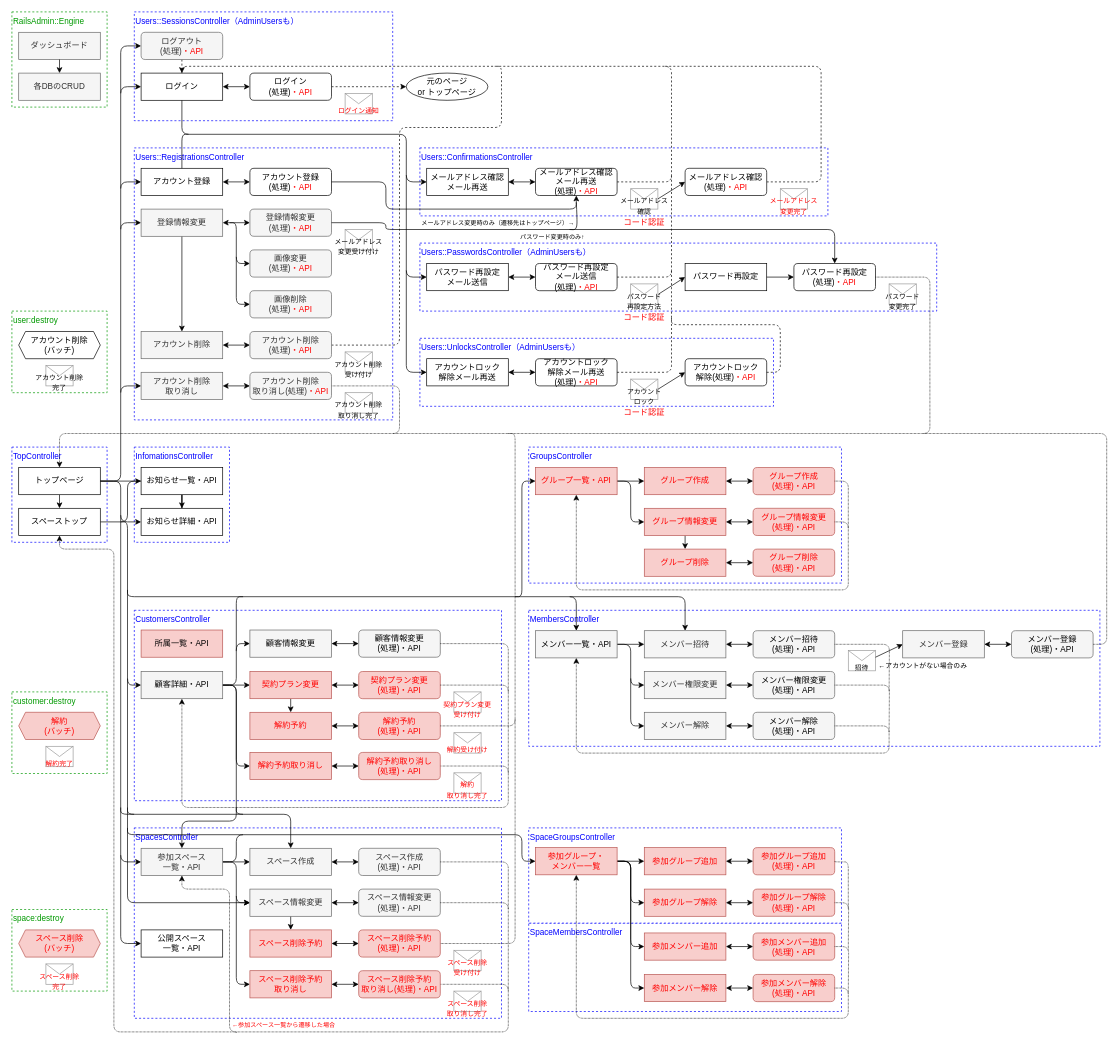
This is 設計/画面遷移図.drawio from nightonlypj/rails-app-origin, a draw.io file, before an edit. Source tidied: cells renumbered, new cells numbered last; positions are measured from the earlier drawing's top-left corner, leaving out a move shared by most shapes. Both pictures are drawn from the tidied source at 68%, with x=0, y=0 at pixel (12, 12).
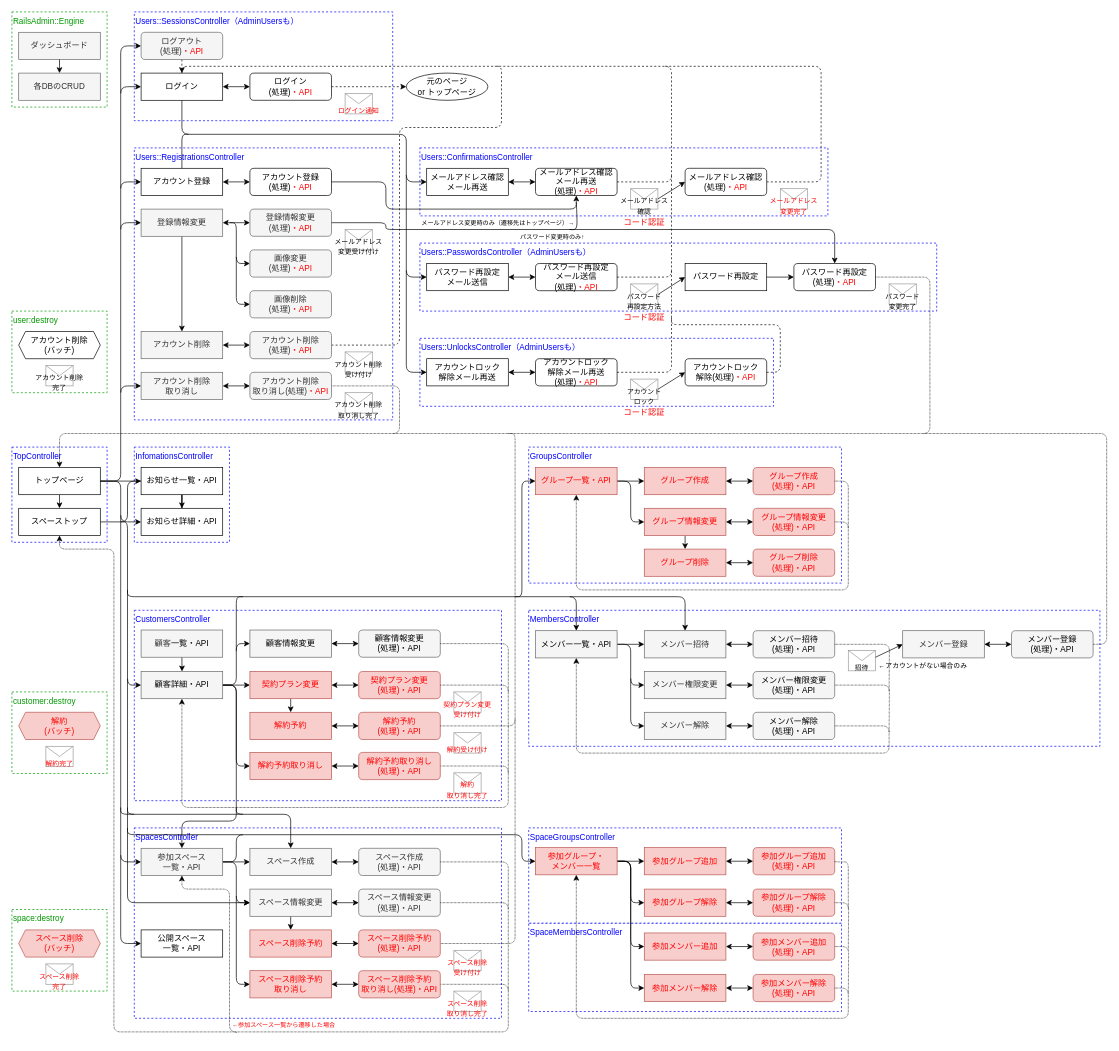
The same page after the edit.

Unchanged cells that the change refers to:
```xml
<mxCell id="8" value="&lt;font color=&quot;#0000ff&quot;&gt;CustomersController&lt;br&gt;&lt;/font&gt;" style="rounded=0;whiteSpace=wrap;html=1;strokeColor=#0000FF;dashed=1;align=left;verticalAlign=top;" parent="1" vertex="1">
  <mxGeometry x="180" y="880" width="540" height="280" as="geometry" />
</mxCell>
```

What changed in the source:
```diff
@@
+    <mxCell id="254" style="rounded=0;jettySize=auto;html=1;exitX=0.5;exitY=1;exitDx=0;exitDy=0;entryX=0.13;entryY=0.321;entryDx=0;entryDy=0;entryPerimeter=0;" parent="1" edge="1" source="120" target="8">
+      <mxGeometry relative="1" as="geometry" />
+    </mxCell>
-    <mxCell id="120" value="所属&lt;font color=&quot;#000000&quot;&gt;一覧・API&lt;/font&gt;&lt;font color=&quot;#000000&quot;&gt;&lt;br&gt;&lt;/font&gt;" style="rounded=0;whiteSpace=wrap;html=1;fillColor=#f8cecc;strokeColor=#b85450;" parent="1" vertex="1">
+    <mxCell id="120" value="顧客&lt;font color=&quot;#000000&quot;&gt;一覧・API&lt;/font&gt;&lt;font color=&quot;#000000&quot;&gt;&lt;br&gt;&lt;/font&gt;" style="rounded=0;whiteSpace=wrap;html=1;fillColor=#f5f5f5;strokeColor=#666666;fontColor=#333333;" parent="1" vertex="1">
       <mxGeometry x="190" y="909" width="120" height="40" as="geometry" />
     </mxCell>
```
